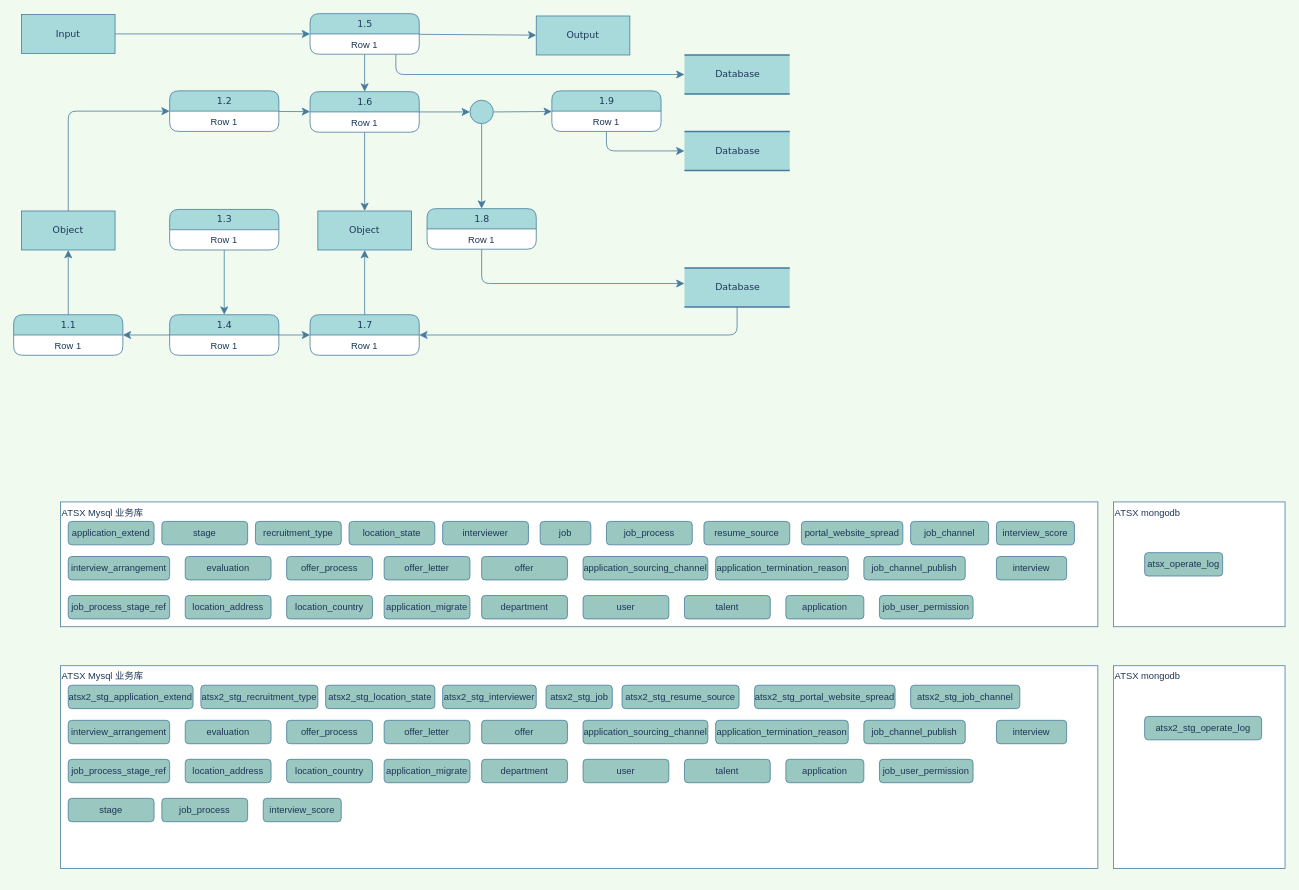
cicelprg/drawio keeps this draw.io diagram as Untitled Diagram.drawio. Above is the earlier version. Source tidied: cells renumbered, new cells numbered last; positions are measured from the earlier drawing's top-left corner, leaving out a move shared by most shapes. Both pictures are drawn from the tidied source at 78%, with x=0, y=0 at pixel (13, 13).
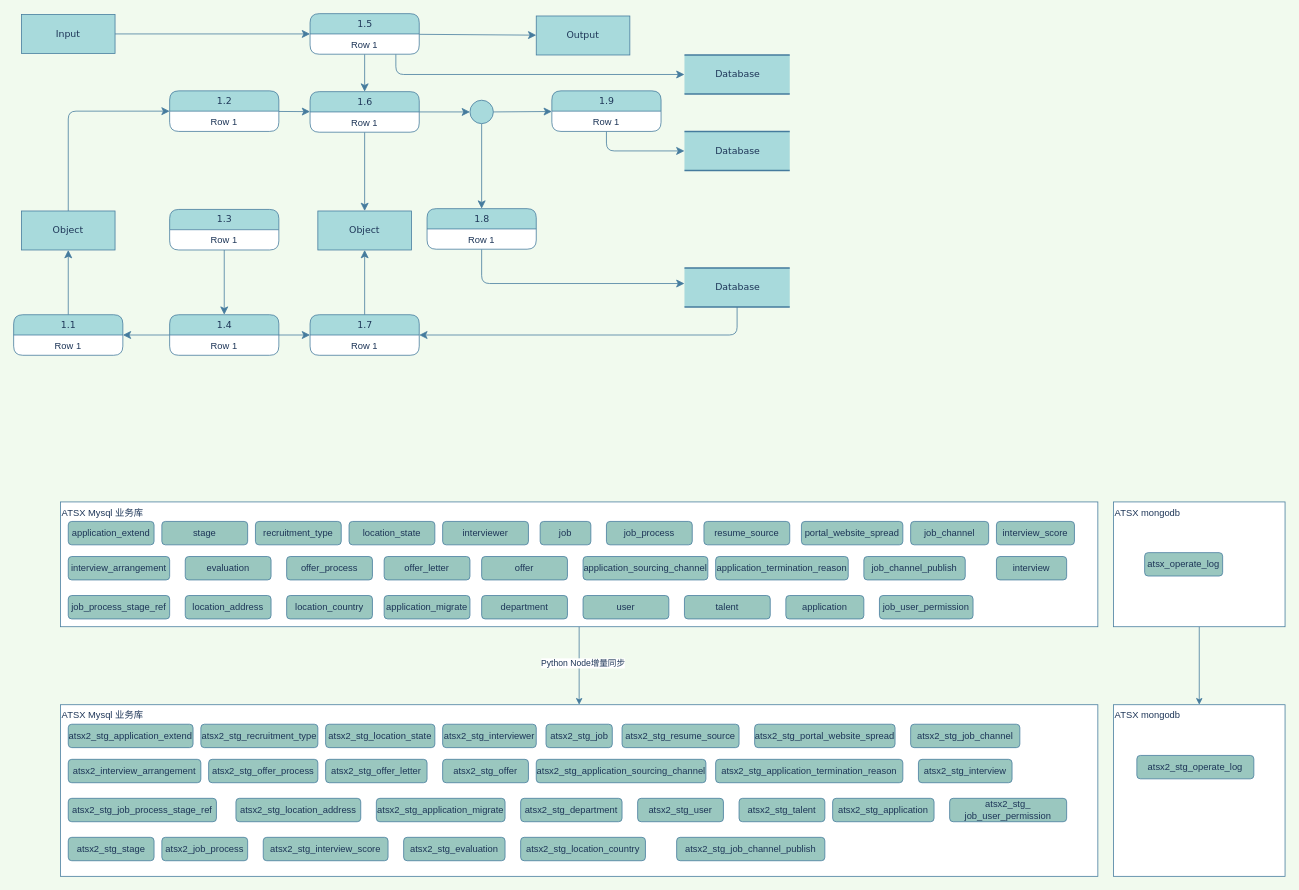
The same diagram, later.

The change refers to these unchanged cells:
```xml
<mxCell id="47" value="ATSX Mysql 业务库" style="rounded=0;whiteSpace=wrap;html=1;sketch=0;strokeColor=#457B9D;fillColor=#FFFFFF;fontColor=#1D3557;align=left;verticalAlign=top;" parent="1" vertex="1">
  <mxGeometry x="60" y="626" width="1330" height="160" as="geometry" />
</mxCell>
<mxCell id="77" value="ATSX mongodb" style="rounded=0;whiteSpace=wrap;html=1;sketch=0;strokeColor=#457B9D;fillColor=#FFFFFF;fontColor=#1D3557;align=left;verticalAlign=top;" parent="1" vertex="1">
  <mxGeometry x="1410" y="626" width="220" height="160" as="geometry" />
</mxCell>
```

The edit, as a diff of the source:
```diff
@@
+    <mxCell id="112" style="edgeStyle=orthogonalEdgeStyle;curved=0;rounded=1;sketch=0;jettySize=auto;html=1;entryX=0.5;entryY=0;entryDx=0;entryDy=0;strokeColor=#457B9D;fillColor=#A8DADC;fontColor=#1D3557;" parent="1" edge="1" source="47" target="80">
+      <mxGeometry relative="1" as="geometry" />
+    </mxCell>
+    <mxCell id="113" value="Python Node增量同步" style="edgeLabel;html=1;align=center;verticalAlign=middle;fontColor=#1D3557;" parent="112" vertex="1">
+      <mxGeometry x="-0.08" y="4" relative="1" as="geometry" />
+    </mxCell>
@@
+    <mxCell id="114" style="edgeStyle=orthogonalEdgeStyle;curved=0;rounded=1;sketch=0;jettySize=auto;html=1;entryX=0.5;entryY=0;entryDx=0;entryDy=0;strokeColor=#457B9D;fillColor=#A8DADC;fontColor=#1D3557;" parent="1" edge="1" source="77" target="110">
+      <mxGeometry relative="1" as="geometry" />
+    </mxCell>
@@
     <mxCell id="79" style="rounded=1;whiteSpace=wrap;html=1;sketch=0;strokeColor=#457B9D;fillColor=#A8DADC;fontColor=#1D3557;" parent="1" vertex="1">
-      <mxGeometry x="100" y="876" width="120" height="30" as="geometry" />
+      <mxGeometry x="100" y="926" width="120" height="30" as="geometry" />
     </mxCell>
     <mxCell id="80" value="ATSX Mysql 业务库" style="rounded=0;whiteSpace=wrap;html=1;sketch=0;strokeColor=#457B9D;fillColor=#FFFFFF;fontColor=#1D3557;align=left;verticalAlign=top;" parent="1" vertex="1">
-      <mxGeometry x="60" y="836" width="1330" height="260" as="geometry" />
+      <mxGeometry x="60" y="886" width="1330" height="220" as="geometry" />
     </mxCell>
     <mxCell id="81" value="atsx2_stg_application_extend" style="rounded=1;whiteSpace=wrap;html=1;sketch=0;strokeColor=#457B9D;fillColor=#9AC7BF;fontColor=#1D3557;align=center;" parent="1" vertex="1">
-      <mxGeometry x="70" y="861" width="160" height="30" as="geometry" />
+      <mxGeometry x="70" y="911" width="160" height="30" as="geometry" />
     </mxCell>
-    <mxCell id="82" value="stage" style="rounded=1;whiteSpace=wrap;html=1;sketch=0;strokeColor=#457B9D;fillColor=#9AC7BF;fontColor=#1D3557;align=center;" parent="1" vertex="1">
-      <mxGeometry x="70" y="1006" width="110" height="30" as="geometry" />
+    <mxCell id="82" value="atsx2_stg_stage" style="rounded=1;whiteSpace=wrap;html=1;sketch=0;strokeColor=#457B9D;fillColor=#9AC7BF;fontColor=#1D3557;align=center;" parent="1" vertex="1">
+      <mxGeometry x="70" y="1056" width="110" height="30" as="geometry" />
     </mxCell>
     <mxCell id="83" value="atsx2_stg_recruitment_type" style="rounded=1;whiteSpace=wrap;html=1;sketch=0;strokeColor=#457B9D;fillColor=#9AC7BF;fontColor=#1D3557;align=center;" parent="1" vertex="1">
-      <mxGeometry x="240" y="861" width="150" height="30" as="geometry" />
+      <mxGeometry x="240" y="911" width="150" height="30" as="geometry" />
     </mxCell>
     <mxCell id="84" value="atsx2_stg_location_state" style="rounded=1;whiteSpace=wrap;html=1;sketch=0;strokeColor=#457B9D;fillColor=#9AC7BF;fontColor=#1D3557;align=center;" parent="1" vertex="1">
-      <mxGeometry x="400" y="861" width="140" height="30" as="geometry" />
+      <mxGeometry x="400" y="911" width="140" height="30" as="geometry" />
     </mxCell>
     <mxCell id="85" value="atsx2_stg_interviewer" style="rounded=1;whiteSpace=wrap;html=1;sketch=0;strokeColor=#457B9D;fillColor=#9AC7BF;fontColor=#1D3557;align=center;" parent="1" vertex="1">
-      <mxGeometry x="550" y="861" width="120" height="30" as="geometry" />
+      <mxGeometry x="550" y="911" width="120" height="30" as="geometry" />
     </mxCell>
     <mxCell id="86" value="atsx2_stg_job" style="rounded=1;whiteSpace=wrap;html=1;sketch=0;strokeColor=#457B9D;fillColor=#9AC7BF;fontColor=#1D3557;align=center;" parent="1" vertex="1">
-      <mxGeometry x="682.5" y="861" width="85" height="30" as="geometry" />
+      <mxGeometry x="682.5" y="911" width="85" height="30" as="geometry" />
     </mxCell>
-    <mxCell id="87" value="job_process" style="rounded=1;whiteSpace=wrap;html=1;sketch=0;strokeColor=#457B9D;fillColor=#9AC7BF;fontColor=#1D3557;align=center;" parent="1" vertex="1">
-      <mxGeometry x="190" y="1006" width="110" height="30" as="geometry" />
+    <mxCell id="87" value="atsx2_job_process" style="rounded=1;whiteSpace=wrap;html=1;sketch=0;strokeColor=#457B9D;fillColor=#9AC7BF;fontColor=#1D3557;align=center;" parent="1" vertex="1">
+      <mxGeometry x="190" y="1056" width="110" height="30" as="geometry" />
     </mxCell>
     <mxCell id="88" value="atsx2_stg_resume_source" style="rounded=1;whiteSpace=wrap;html=1;sketch=0;strokeColor=#457B9D;fillColor=#9AC7BF;fontColor=#1D3557;align=center;" parent="1" vertex="1">
-      <mxGeometry x="780" y="861" width="150" height="30" as="geometry" />
+      <mxGeometry x="780" y="911" width="150" height="30" as="geometry" />
     </mxCell>
     <mxCell id="89" value="atsx2_stg_portal_website_spread" style="rounded=1;whiteSpace=wrap;html=1;sketch=0;strokeColor=#457B9D;fillColor=#9AC7BF;fontColor=#1D3557;align=center;" parent="1" vertex="1">
-      <mxGeometry x="950" y="861" width="180" height="30" as="geometry" />
+      <mxGeometry x="950" y="911" width="180" height="30" as="geometry" />
     </mxCell>
     <mxCell id="90" value="atsx2_stg_job_channel" style="rounded=1;whiteSpace=wrap;html=1;sketch=0;strokeColor=#457B9D;fillColor=#9AC7BF;fontColor=#1D3557;align=center;" parent="1" vertex="1">
-      <mxGeometry x="1150" y="861" width="140" height="30" as="geometry" />
+      <mxGeometry x="1150" y="911" width="140" height="30" as="geometry" />
     </mxCell>
-    <mxCell id="91" value="interview_score" style="rounded=1;whiteSpace=wrap;html=1;sketch=0;strokeColor=#457B9D;fillColor=#9AC7BF;fontColor=#1D3557;align=center;" parent="1" vertex="1">
-      <mxGeometry x="320" y="1006" width="100" height="30" as="geometry" />
+    <mxCell id="91" value="atsx2_stg_interview_score" style="rounded=1;whiteSpace=wrap;html=1;sketch=0;strokeColor=#457B9D;fillColor=#9AC7BF;fontColor=#1D3557;align=center;" parent="1" vertex="1">
+      <mxGeometry x="320" y="1056" width="160" height="30" as="geometry" />
     </mxCell>
-    <mxCell id="92" value="interview" style="rounded=1;whiteSpace=wrap;html=1;sketch=0;strokeColor=#457B9D;fillColor=#9AC7BF;fontColor=#1D3557;align=center;" parent="1" vertex="1">
-      <mxGeometry x="1260" y="906" width="90" height="30" as="geometry" />
+    <mxCell id="92" value="atsx2_stg_interview" style="rounded=1;whiteSpace=wrap;html=1;sketch=0;strokeColor=#457B9D;fillColor=#9AC7BF;fontColor=#1D3557;align=center;" parent="1" vertex="1">
+      <mxGeometry x="1160" y="956" width="120" height="30" as="geometry" />
     </mxCell>
-    <mxCell id="93" value="interview_arrangement" style="rounded=1;whiteSpace=wrap;html=1;sketch=0;strokeColor=#457B9D;fillColor=#9AC7BF;fontColor=#1D3557;align=center;" parent="1" vertex="1">
-      <mxGeometry x="70" y="906" width="130" height="30" as="geometry" />
+    <mxCell id="93" value="atsx2_interview_arrangement" style="rounded=1;whiteSpace=wrap;html=1;sketch=0;strokeColor=#457B9D;fillColor=#9AC7BF;fontColor=#1D3557;align=center;" parent="1" vertex="1">
+      <mxGeometry x="70" y="956" width="170" height="30" as="geometry" />
     </mxCell>
-    <mxCell id="94" value="evaluation" style="rounded=1;whiteSpace=wrap;html=1;sketch=0;strokeColor=#457B9D;fillColor=#9AC7BF;fontColor=#1D3557;align=center;" parent="1" vertex="1">
-      <mxGeometry x="220" y="906" width="110" height="30" as="geometry" />
+    <mxCell id="94" value="atsx2_stg_evaluation" style="rounded=1;whiteSpace=wrap;html=1;sketch=0;strokeColor=#457B9D;fillColor=#9AC7BF;fontColor=#1D3557;align=center;" parent="1" vertex="1">
+      <mxGeometry x="500" y="1056" width="130" height="30" as="geometry" />
     </mxCell>
-    <mxCell id="95" value="offer_process" style="rounded=1;whiteSpace=wrap;html=1;sketch=0;strokeColor=#457B9D;fillColor=#9AC7BF;fontColor=#1D3557;align=center;" parent="1" vertex="1">
-      <mxGeometry x="350" y="906" width="110" height="30" as="geometry" />
+    <mxCell id="95" value="atsx2_stg_offer_process" style="rounded=1;whiteSpace=wrap;html=1;sketch=0;strokeColor=#457B9D;fillColor=#9AC7BF;fontColor=#1D3557;align=center;" parent="1" vertex="1">
+      <mxGeometry x="250" y="956" width="140" height="30" as="geometry" />
     </mxCell>
-    <mxCell id="96" value="offer_letter" style="rounded=1;whiteSpace=wrap;html=1;sketch=0;strokeColor=#457B9D;fillColor=#9AC7BF;fontColor=#1D3557;align=center;" parent="1" vertex="1">
-      <mxGeometry x="475" y="906" width="110" height="30" as="geometry" />
+    <mxCell id="96" value="atsx2_stg_offer_letter" style="rounded=1;whiteSpace=wrap;html=1;sketch=0;strokeColor=#457B9D;fillColor=#9AC7BF;fontColor=#1D3557;align=center;" parent="1" vertex="1">
+      <mxGeometry x="400" y="956" width="130" height="30" as="geometry" />
     </mxCell>
-    <mxCell id="97" value="offer" style="rounded=1;whiteSpace=wrap;html=1;sketch=0;strokeColor=#457B9D;fillColor=#9AC7BF;fontColor=#1D3557;align=center;" parent="1" vertex="1">
-      <mxGeometry x="600" y="906" width="110" height="30" as="geometry" />
+    <mxCell id="97" value="atsx2_stg_offer" style="rounded=1;whiteSpace=wrap;html=1;sketch=0;strokeColor=#457B9D;fillColor=#9AC7BF;fontColor=#1D3557;align=center;" parent="1" vertex="1">
+      <mxGeometry x="550" y="956" width="110" height="30" as="geometry" />
     </mxCell>
-    <mxCell id="98" value="application_sourcing_channel" style="rounded=1;whiteSpace=wrap;html=1;sketch=0;strokeColor=#457B9D;fillColor=#9AC7BF;fontColor=#1D3557;align=center;" parent="1" vertex="1">
-      <mxGeometry x="730" y="906" width="160" height="30" as="geometry" />
+    <mxCell id="98" value="atsx2_stg_application_sourcing_channel" style="rounded=1;whiteSpace=wrap;html=1;sketch=0;strokeColor=#457B9D;fillColor=#9AC7BF;fontColor=#1D3557;align=center;" parent="1" vertex="1">
+      <mxGeometry x="670" y="956" width="217.5" height="30" as="geometry" />
     </mxCell>
-    <mxCell id="99" value="application_termination_reason" style="rounded=1;whiteSpace=wrap;html=1;sketch=0;strokeColor=#457B9D;fillColor=#9AC7BF;fontColor=#1D3557;align=center;" parent="1" vertex="1">
-      <mxGeometry x="900" y="906" width="170" height="30" as="geometry" />
+    <mxCell id="99" value="atsx2_stg_application_termination_reason" style="rounded=1;whiteSpace=wrap;html=1;sketch=0;strokeColor=#457B9D;fillColor=#9AC7BF;fontColor=#1D3557;align=center;" parent="1" vertex="1">
+      <mxGeometry x="900" y="956" width="240" height="30" as="geometry" />
     </mxCell>
-    <mxCell id="100" value="application" style="rounded=1;whiteSpace=wrap;html=1;sketch=0;strokeColor=#457B9D;fillColor=#9AC7BF;fontColor=#1D3557;align=center;" parent="1" vertex="1">
-      <mxGeometry x="990" y="956" width="100" height="30" as="geometry" />
+    <mxCell id="100" value="atsx2_stg_application" style="rounded=1;whiteSpace=wrap;html=1;sketch=0;strokeColor=#457B9D;fillColor=#9AC7BF;fontColor=#1D3557;align=center;" parent="1" vertex="1">
+      <mxGeometry x="1050" y="1006" width="130" height="30" as="geometry" />
     </mxCell>
-    <mxCell id="101" value="job_channel_publish" style="rounded=1;whiteSpace=wrap;html=1;sketch=0;strokeColor=#457B9D;fillColor=#9AC7BF;fontColor=#1D3557;align=center;" parent="1" vertex="1">
-      <mxGeometry x="1090" y="906" width="130" height="30" as="geometry" />
+    <mxCell id="101" value="atsx2_stg_job_channel_publish" style="rounded=1;whiteSpace=wrap;html=1;sketch=0;strokeColor=#457B9D;fillColor=#9AC7BF;fontColor=#1D3557;align=center;" parent="1" vertex="1">
+      <mxGeometry x="850" y="1056" width="190" height="30" as="geometry" />
     </mxCell>
-    <mxCell id="102" value="job_user_permission" style="rounded=1;whiteSpace=wrap;html=1;sketch=0;strokeColor=#457B9D;fillColor=#9AC7BF;fontColor=#1D3557;align=center;" parent="1" vertex="1">
-      <mxGeometry x="1110" y="956" width="120" height="30" as="geometry" />
+    <mxCell id="102" value="atsx2_stg_&lt;br&gt;job_user_permission" style="rounded=1;whiteSpace=wrap;html=1;sketch=0;strokeColor=#457B9D;fillColor=#9AC7BF;fontColor=#1D3557;align=center;" parent="1" vertex="1">
+      <mxGeometry x="1200" y="1006" width="150" height="30" as="geometry" />
     </mxCell>
-    <mxCell id="103" value="job_process_stage_ref" style="rounded=1;whiteSpace=wrap;html=1;sketch=0;strokeColor=#457B9D;fillColor=#9AC7BF;fontColor=#1D3557;align=center;" parent="1" vertex="1">
-      <mxGeometry x="70" y="956" width="130" height="30" as="geometry" />
+    <mxCell id="103" value="atsx2_stg_job_process_stage_ref" style="rounded=1;whiteSpace=wrap;html=1;sketch=0;strokeColor=#457B9D;fillColor=#9AC7BF;fontColor=#1D3557;align=center;" parent="1" vertex="1">
+      <mxGeometry x="70" y="1006" width="190" height="30" as="geometry" />
     </mxCell>
-    <mxCell id="104" value="location_address" style="rounded=1;whiteSpace=wrap;html=1;sketch=0;strokeColor=#457B9D;fillColor=#9AC7BF;fontColor=#1D3557;align=center;" parent="1" vertex="1">
-      <mxGeometry x="220" y="956" width="110" height="30" as="geometry" />
+    <mxCell id="104" value="atsx2_stg_location_address" style="rounded=1;whiteSpace=wrap;html=1;sketch=0;strokeColor=#457B9D;fillColor=#9AC7BF;fontColor=#1D3557;align=center;" parent="1" vertex="1">
+      <mxGeometry x="285" y="1006" width="160" height="30" as="geometry" />
     </mxCell>
-    <mxCell id="105" value="location_country" style="rounded=1;whiteSpace=wrap;html=1;sketch=0;strokeColor=#457B9D;fillColor=#9AC7BF;fontColor=#1D3557;align=center;" parent="1" vertex="1">
-      <mxGeometry x="350" y="956" width="110" height="30" as="geometry" />
+    <mxCell id="105" value="atsx2_stg_location_country" style="rounded=1;whiteSpace=wrap;html=1;sketch=0;strokeColor=#457B9D;fillColor=#9AC7BF;fontColor=#1D3557;align=center;" parent="1" vertex="1">
+      <mxGeometry x="650" y="1056" width="160" height="30" as="geometry" />
     </mxCell>
-    <mxCell id="106" value="application_migrate" style="rounded=1;whiteSpace=wrap;html=1;sketch=0;strokeColor=#457B9D;fillColor=#9AC7BF;fontColor=#1D3557;align=center;" parent="1" vertex="1">
-      <mxGeometry x="475" y="956" width="110" height="30" as="geometry" />
+    <mxCell id="106" value="atsx2_stg_application_migrate" style="rounded=1;whiteSpace=wrap;html=1;sketch=0;strokeColor=#457B9D;fillColor=#9AC7BF;fontColor=#1D3557;align=center;" parent="1" vertex="1">
+      <mxGeometry x="465" y="1006" width="165" height="30" as="geometry" />
     </mxCell>
-    <mxCell id="107" value="department" style="rounded=1;whiteSpace=wrap;html=1;sketch=0;strokeColor=#457B9D;fillColor=#9AC7BF;fontColor=#1D3557;align=center;" parent="1" vertex="1">
-      <mxGeometry x="600" y="956" width="110" height="30" as="geometry" />
+    <mxCell id="107" value="atsx2_stg_department" style="rounded=1;whiteSpace=wrap;html=1;sketch=0;strokeColor=#457B9D;fillColor=#9AC7BF;fontColor=#1D3557;align=center;" parent="1" vertex="1">
+      <mxGeometry x="650" y="1006" width="130" height="30" as="geometry" />
     </mxCell>
-    <mxCell id="108" value="user" style="rounded=1;whiteSpace=wrap;html=1;sketch=0;strokeColor=#457B9D;fillColor=#9AC7BF;fontColor=#1D3557;align=center;" parent="1" vertex="1">
-      <mxGeometry x="730" y="956" width="110" height="30" as="geometry" />
+    <mxCell id="108" value="atsx2_stg_user" style="rounded=1;whiteSpace=wrap;html=1;sketch=0;strokeColor=#457B9D;fillColor=#9AC7BF;fontColor=#1D3557;align=center;" parent="1" vertex="1">
+      <mxGeometry x="800" y="1006" width="110" height="30" as="geometry" />
     </mxCell>
-    <mxCell id="109" value="talent" style="rounded=1;whiteSpace=wrap;html=1;sketch=0;strokeColor=#457B9D;fillColor=#9AC7BF;fontColor=#1D3557;align=center;" parent="1" vertex="1">
-      <mxGeometry x="860" y="956" width="110" height="30" as="geometry" />
+    <mxCell id="109" value="atsx2_stg_talent" style="rounded=1;whiteSpace=wrap;html=1;sketch=0;strokeColor=#457B9D;fillColor=#9AC7BF;fontColor=#1D3557;align=center;" parent="1" vertex="1">
+      <mxGeometry x="930" y="1006" width="110" height="30" as="geometry" />
     </mxCell>
     <mxCell id="110" value="ATSX mongodb" style="rounded=0;whiteSpace=wrap;html=1;sketch=0;strokeColor=#457B9D;fillColor=#FFFFFF;fontColor=#1D3557;align=left;verticalAlign=top;" parent="1" vertex="1">
-      <mxGeometry x="1410" y="836" width="220" height="260" as="geometry" />
+      <mxGeometry x="1410" y="886" width="220" height="220" as="geometry" />
     </mxCell>
     <mxCell id="111" value="atsx2_stg_operate_log" style="rounded=1;whiteSpace=wrap;html=1;sketch=0;strokeColor=#457B9D;fillColor=#9AC7BF;fontColor=#1D3557;align=center;" parent="1" vertex="1">
-      <mxGeometry x="1450" y="901" width="150" height="30" as="geometry" />
+      <mxGeometry x="1440" y="951" width="150" height="30" as="geometry" />
     </mxCell>
```
